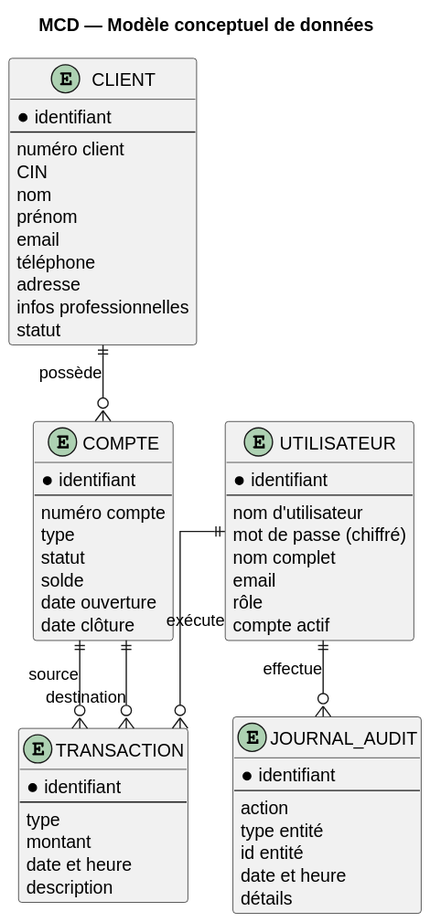
The PlantUML diagram documentation/modele-donnees/MCD.svg in aminabensouda106-gif/banque1, before a commit. The source it was exported from:
```plantuml
@startuml
skinparam shadowing false
skinparam linetype ortho

title MCD — Modèle conceptuel de données

entity "UTILISATEUR" as user {
  * identifiant
  --
  nom d'utilisateur
  mot de passe (chiffré)
  nom complet
  email
  rôle
  compte actif
}

entity "CLIENT" as client {
  * identifiant
  --
  numéro client
  CIN
  nom
  prénom
  email
  téléphone
  adresse
  infos professionnelles
  statut
}

entity "COMPTE" as account {
  * identifiant
  --
  numéro compte
  type
  statut
  solde
  date ouverture
  date clôture
}

entity "TRANSACTION" as transaction {
  * identifiant
  --
  type
  montant
  date et heure
  description
}

entity "JOURNAL_AUDIT" as audit {
  * identifiant
  --
  action
  type entité
  id entité
  date et heure
  détails
}

client ||--o{ account : possède
user ||--o{ transaction : exécute
user ||--o{ audit : effectue
account ||--o{ transaction : source
account ||--o{ transaction : destination
@enduml
```
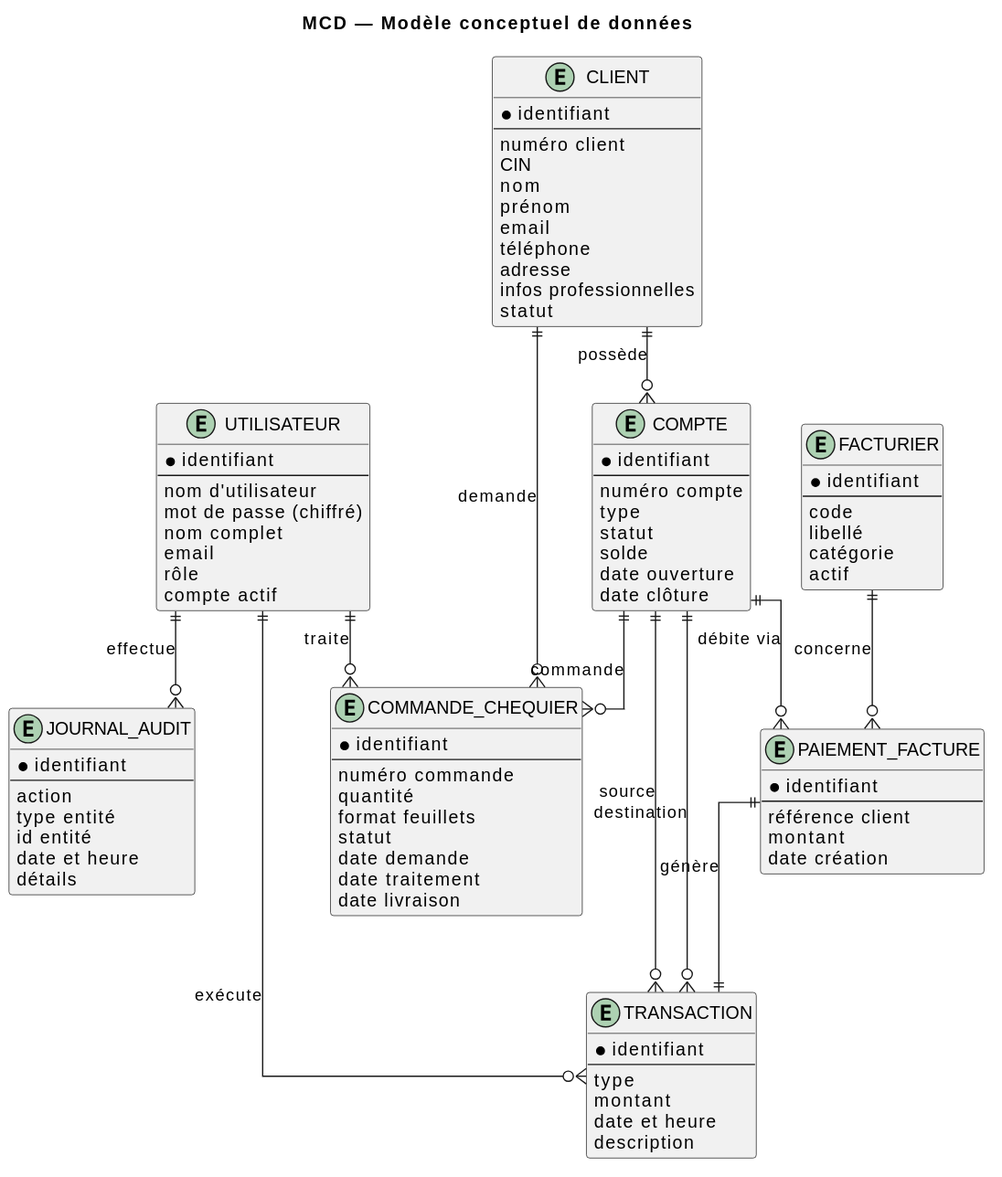
Later version of the same file.

The edit, as a diff of the source:
```diff
@@ -49,6 +49,35 @@
   description
 }
 
+entity "FACTURIER" as provider {
+  * identifiant
+  --
+  code
+  libellé
+  catégorie
+  actif
+}
+
+entity "PAIEMENT_FACTURE" as bill {
+  * identifiant
+  --
+  référence client
+  montant
+  date création
+}
+
+entity "COMMANDE_CHEQUIER" as chq {
+  * identifiant
+  --
+  numéro commande
+  quantité
+  format feuillets
+  statut
+  date demande
+  date traitement
+  date livraison
+}
+
 entity "JOURNAL_AUDIT" as audit {
   * identifiant
   --
@@ -60,8 +89,14 @@
 }
 
 client ||--o{ account : possède
+client ||--o{ chq : demande
 user ||--o{ transaction : exécute
+user ||--o{ chq : traite
 user ||--o{ audit : effectue
 account ||--o{ transaction : source
 account ||--o{ transaction : destination
+account ||--o{ bill : débite via
+account ||--o{ chq : commande
+provider ||--o{ bill : concerne
+bill ||--|| transaction : génère
 @enduml
```
